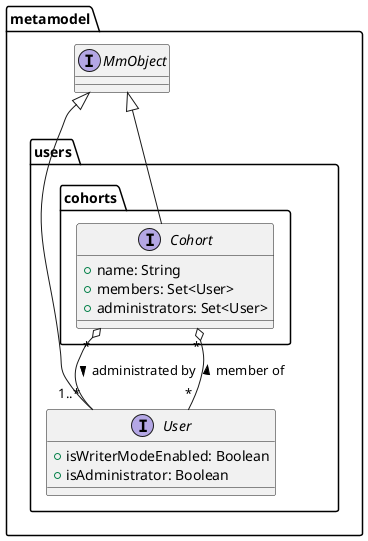
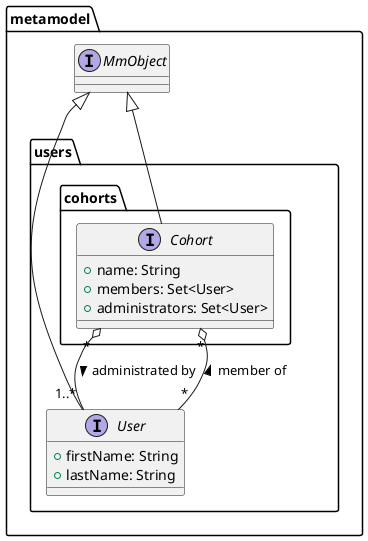
@startuml
'https://plantuml.com/class-diagram

package metamodel.users {
	interface User extends metamodel.MmObject {
		'todo
- 		+isWriterModeEnabled: Boolean
- 		+isAdministrator: Boolean
+ 		+firstName: String
+ 		+lastName: String
	}

	package cohorts {
		interface Cohort extends metamodel.MmObject {
			+name: String
			+members: Set<User>
			+administrators: Set<User>
		}

		Cohort "*" o-- "1..*" User : administrated by >
		Cohort "*" o-- "*" User : member of <
	}
}

@enduml
